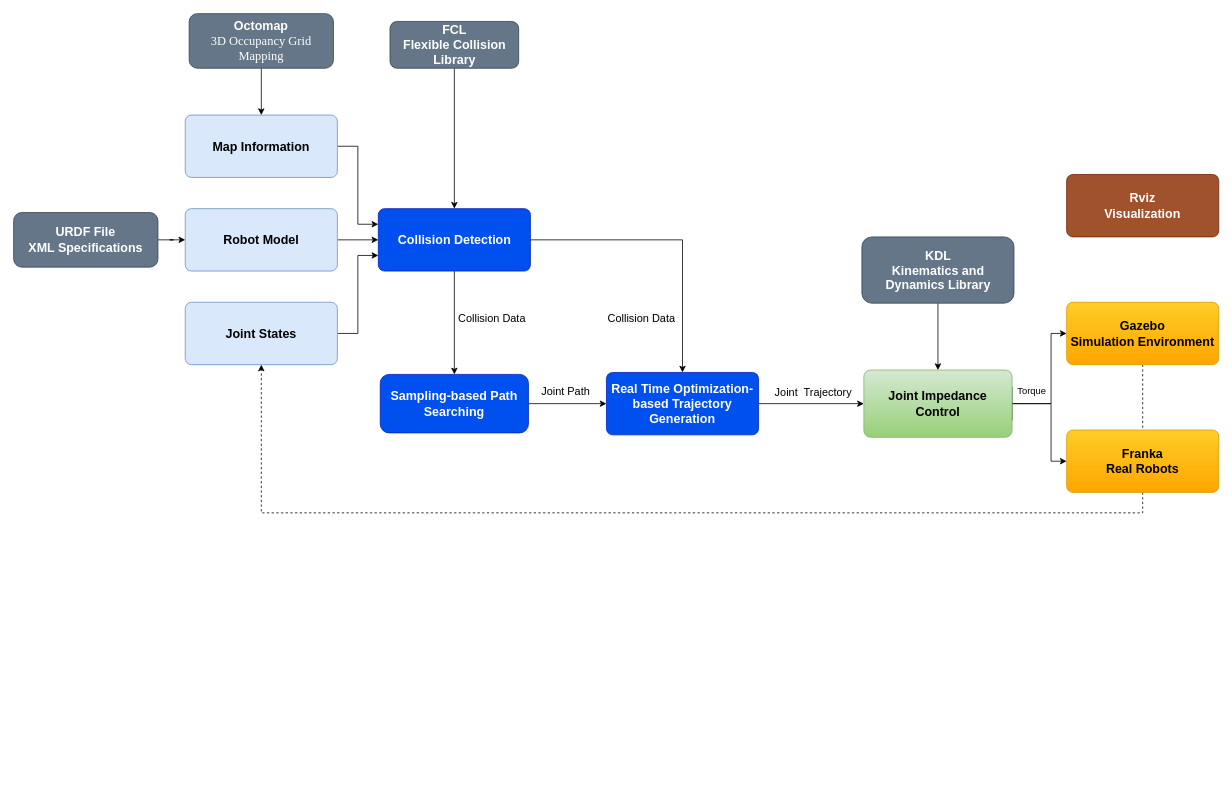
Before: Untitled Diagram.drawio in jasonchenj/game, a draw.io diagram. Source tidied: cells renumbered, new cells numbered last; positions are measured from the earlier drawing's top-left corner, leaving out a move shared by most shapes. Both pictures are drawn from the tidied source at 78%, with x=0, y=0 at pixel (13, 13).
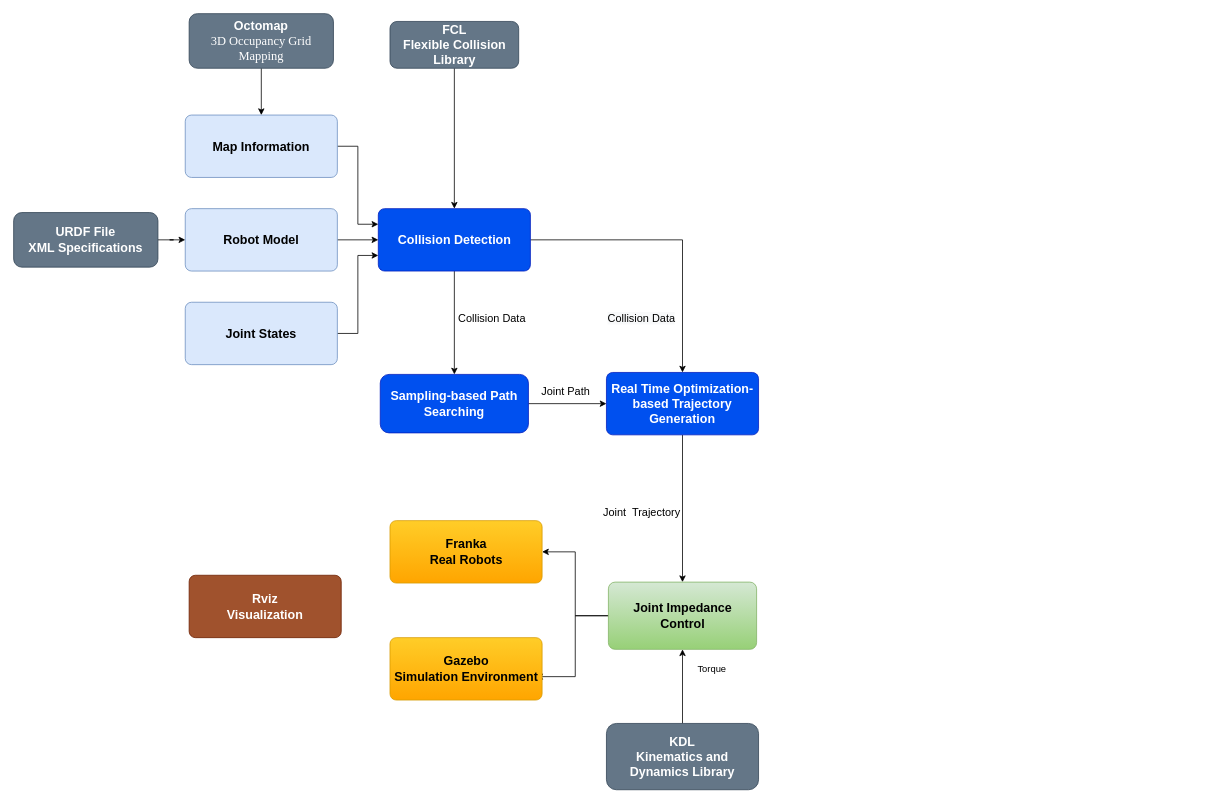
The same diagram, later.

The change refers to these unchanged cells:
```xml
<mxCell id="7" value="&lt;span style=&quot;font-size: 16px&quot;&gt;&lt;b&gt;Real Time Optimization-based Trajectory Generation&lt;/b&gt;&lt;/span&gt;" style="rounded=1;whiteSpace=wrap;html=1;fillColor=#0050ef;strokeColor=#001DBC;arcSize=10;fontColor=#ffffff;" parent="1" vertex="1">
  <mxGeometry x="760" y="460" width="195" height="80" as="geometry" />
</mxCell>
<mxCell id="25" value="&lt;span style=&quot;font-size: 16px&quot;&gt;&lt;b&gt;Joint States&lt;/b&gt;&lt;/span&gt;" style="rounded=1;whiteSpace=wrap;html=1;fillColor=#dae8fc;strokeColor=#6c8ebf;arcSize=10;" parent="1" vertex="1">
  <mxGeometry x="220" y="370" width="195" height="80" as="geometry" />
</mxCell>
```

Change to the diagram source:
```diff
@@
-    <mxCell id="6" style="edgeStyle=orthogonalEdgeStyle;rounded=0;jettySize=auto;html=1;exitX=1;exitY=0.5;exitDx=0;exitDy=0;entryX=0;entryY=0.5;entryDx=0;entryDy=0;" parent="1" edge="1" source="7" target="13">
+    <mxCell id="6" style="edgeStyle=orthogonalEdgeStyle;rounded=0;jettySize=auto;html=1;" parent="1" edge="1" source="7" target="13">
       <mxGeometry relative="1" as="geometry" />
     </mxCell>
@@
+    <mxCell id="12" style="edgeStyle=orthogonalEdgeStyle;rounded=0;jettySize=auto;html=1;entryX=1;entryY=0.5;entryDx=0;entryDy=0;" parent="1" edge="1" source="13" target="17">
+      <mxGeometry relative="1" as="geometry" />
+    </mxCell>
-    <mxCell id="11" style="edgeStyle=orthogonalEdgeStyle;rounded=0;jettySize=auto;html=1;exitX=1;exitY=0.25;exitDx=0;exitDy=0;entryX=0;entryY=0.5;entryDx=0;entryDy=0;" parent="1" edge="1" source="13" target="15">
-      <mxGeometry relative="1" as="geometry">
-        <Array as="points">
-          <mxPoint x="1280" y="500" />
-          <mxPoint x="1330" y="500" />
-          <mxPoint x="1330" y="410" />
-        </Array>
-      </mxGeometry>
+    <mxCell id="11" style="edgeStyle=orthogonalEdgeStyle;rounded=0;jettySize=auto;html=1;entryX=0.962;entryY=0.625;entryDx=0;entryDy=0;entryPerimeter=0;" parent="1" edge="1" source="13" target="15">
+      <mxGeometry relative="1" as="geometry" />
     </mxCell>
-    <mxCell id="12" style="edgeStyle=orthogonalEdgeStyle;rounded=0;jettySize=auto;html=1;exitX=1;exitY=0.75;exitDx=0;exitDy=0;entryX=0;entryY=0.5;entryDx=0;entryDy=0;" parent="1" edge="1" source="13" target="17">
-      <mxGeometry relative="1" as="geometry">
-        <Array as="points">
-          <mxPoint x="1280" y="500" />
-          <mxPoint x="1330" y="500" />
-          <mxPoint x="1330" y="574" />
-        </Array>
-      </mxGeometry>
-    </mxCell>
     <mxCell id="13" value="&lt;span style=&quot;font-size: 16px&quot;&gt;&lt;b&gt;Joint Impedance &lt;br&gt;Control&lt;/b&gt;&lt;/span&gt;" style="rounded=1;whiteSpace=wrap;html=1;fillColor=#d5e8d4;strokeColor=#82b366;arcSize=10;gradientColor=#97d077;" parent="1" vertex="1">
-      <mxGeometry x="1090" y="456.9" width="190" height="86.2" as="geometry" />
+      <mxGeometry x="762.5" y="728.8" width="190" height="86.2" as="geometry" />
     </mxCell>
-    <mxCell id="14" style="edgeStyle=orthogonalEdgeStyle;rounded=0;jettySize=auto;html=1;dashed=1;" parent="1" edge="1" source="15">
-      <mxGeometry relative="1" as="geometry">
-        <mxPoint x="1490" y="590" as="targetPoint" />
-        <Array as="points">
-          <mxPoint x="1447" y="580" />
-        </Array>
-      </mxGeometry>
-    </mxCell>
     <mxCell id="15" value="&lt;span style=&quot;font-size: 16px&quot;&gt;&lt;b&gt;Gazebo&lt;br&gt;Simulation Environment&lt;br&gt;&lt;/b&gt;&lt;/span&gt;" style="rounded=1;whiteSpace=wrap;html=1;fillColor=#ffcd28;strokeColor=#d79b00;arcSize=10;gradientColor=#ffa500;" parent="1" vertex="1">
-      <mxGeometry x="1350" y="370" width="195" height="80" as="geometry" />
+      <mxGeometry x="482.5" y="800" width="195" height="80" as="geometry" />
     </mxCell>
-    <mxCell id="16" style="edgeStyle=orthogonalEdgeStyle;rounded=0;jettySize=auto;html=1;entryX=0.5;entryY=1;entryDx=0;entryDy=0;dashed=1;" parent="1" edge="1" source="17" target="25">
-      <mxGeometry relative="1" as="geometry">
-        <Array as="points">
-          <mxPoint x="1447" y="640" />
-          <mxPoint x="318" y="640" />
-        </Array>
-      </mxGeometry>
-    </mxCell>
     <mxCell id="17" value="&lt;span style=&quot;font-size: 16px&quot;&gt;&lt;b&gt;Franka&lt;br&gt;Real Robots&lt;br&gt;&lt;/b&gt;&lt;/span&gt;" style="rounded=1;whiteSpace=wrap;html=1;fillColor=#ffcd28;strokeColor=#d79b00;arcSize=10;gradientColor=#ffa500;" parent="1" vertex="1">
-      <mxGeometry x="1350" y="533.8" width="195" height="80" as="geometry" />
+      <mxGeometry x="482.5" y="650" width="195" height="80" as="geometry" />
     </mxCell>
@@
     <mxCell id="28" value="&lt;span style=&quot;font-size: 16px&quot;&gt;&lt;b&gt;Rviz&lt;br&gt;Visualization&lt;/b&gt;&lt;/span&gt;" style="rounded=1;whiteSpace=wrap;html=1;fillColor=#a0522d;strokeColor=#6D1F00;arcSize=10;fontColor=#ffffff;" parent="1" vertex="1">
-      <mxGeometry x="1350" y="206.2" width="195" height="80" as="geometry" />
+      <mxGeometry x="225" y="720" width="195" height="80" as="geometry" />
     </mxCell>
@@
     <mxCell id="30" value="&lt;font&gt;&lt;b&gt;&lt;font style=&quot;font-size: 16px&quot;&gt;KDL&lt;br&gt;Kinematics and Dynamics Library&lt;/font&gt;&lt;br&gt;&lt;/b&gt;&lt;/font&gt;" style="rounded=1;whiteSpace=wrap;html=1;fillColor=#647687;strokeColor=#314354;fontColor=#ffffff;" parent="1" vertex="1">
-      <mxGeometry x="1087.5" y="286.2" width="195" height="85" as="geometry" />
+      <mxGeometry x="760" y="910" width="195" height="85" as="geometry" />
     </mxCell>
@@
     <mxCell id="33" value="&lt;font style=&quot;font-size: 14px&quot;&gt;Joint&amp;nbsp; Trajectory&lt;/font&gt;" style="text;html=1;align=center;verticalAlign=middle;" parent="1" vertex="1">
-      <mxGeometry x="970" y="476.2" width="110" height="20" as="geometry" />
+      <mxGeometry x="750" y="630" width="110" height="20" as="geometry" />
     </mxCell>
@@
     <mxCell id="35" value="Torque" style="text;html=1;align=center;verticalAlign=middle;" parent="1" vertex="1">
-      <mxGeometry x="1280" y="473.8" width="50" height="20" as="geometry" />
+      <mxGeometry x="870" y="830" width="50" height="20" as="geometry" />
     </mxCell>
```
